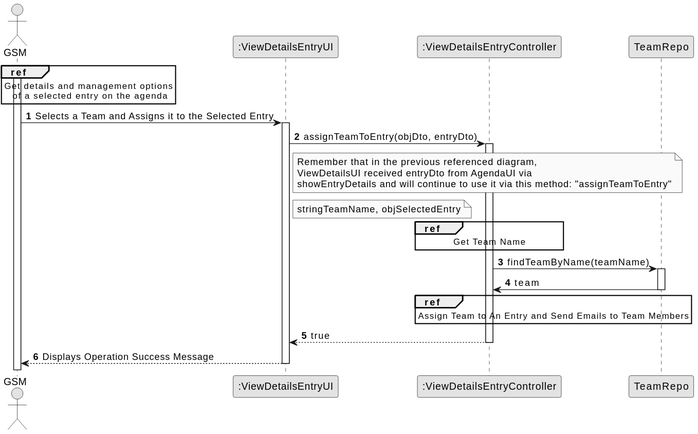
Above: docs/sprintC/us023/03.design/svg/us023-sequence-diagram-split.svg in francisc-o-liveira/lei-24-s2-1dp-g163 (PlantUML), before the change. Its diagram source:
```plantuml
@startuml
skinparam monochrome true
skinparam packageStyle rectangle
skinparam shadowing false

autonumber

actor "GSM" as GSM

participant ":ViewDetailsEntryUI" as UI2
participant ":ViewDetailsEntryController" as CTRL2


activate GSM


ref over GSM : Get details and management options\n of a selected entry on the agenda

GSM -> UI2 : Selects a Team and Assigns it to the Selected Entry
activate UI2


UI2 -> CTRL2 : assignTeamToEntry(objDto, entryDto)
activate CTRL2

note right of UI2
    Remember that in the previous referenced diagram,
    ViewDetailsUI received entryDto from AgendaUI via
    showEntryDetails and will continue to use it via this method: "assignTeamToEntry"
end note
note right of UI2
    stringTeamName, objSelectedEntry
end note


ref over CTRL2
Get Team Name
end ref


CTRL2 -> TeamRepo : findTeamByName(teamName)
activate TeamRepo

TeamRepo -> CTRL2  : team
deactivate TeamRepo

ref over CTRL2
Assign Team to An Entry and Send Emails to Team Members
end ref


CTRL2 --> UI2 : true
deactivate CTRL2

UI2 --> GSM : Displays Operation Success Message
deactivate UI2
@enduml
```
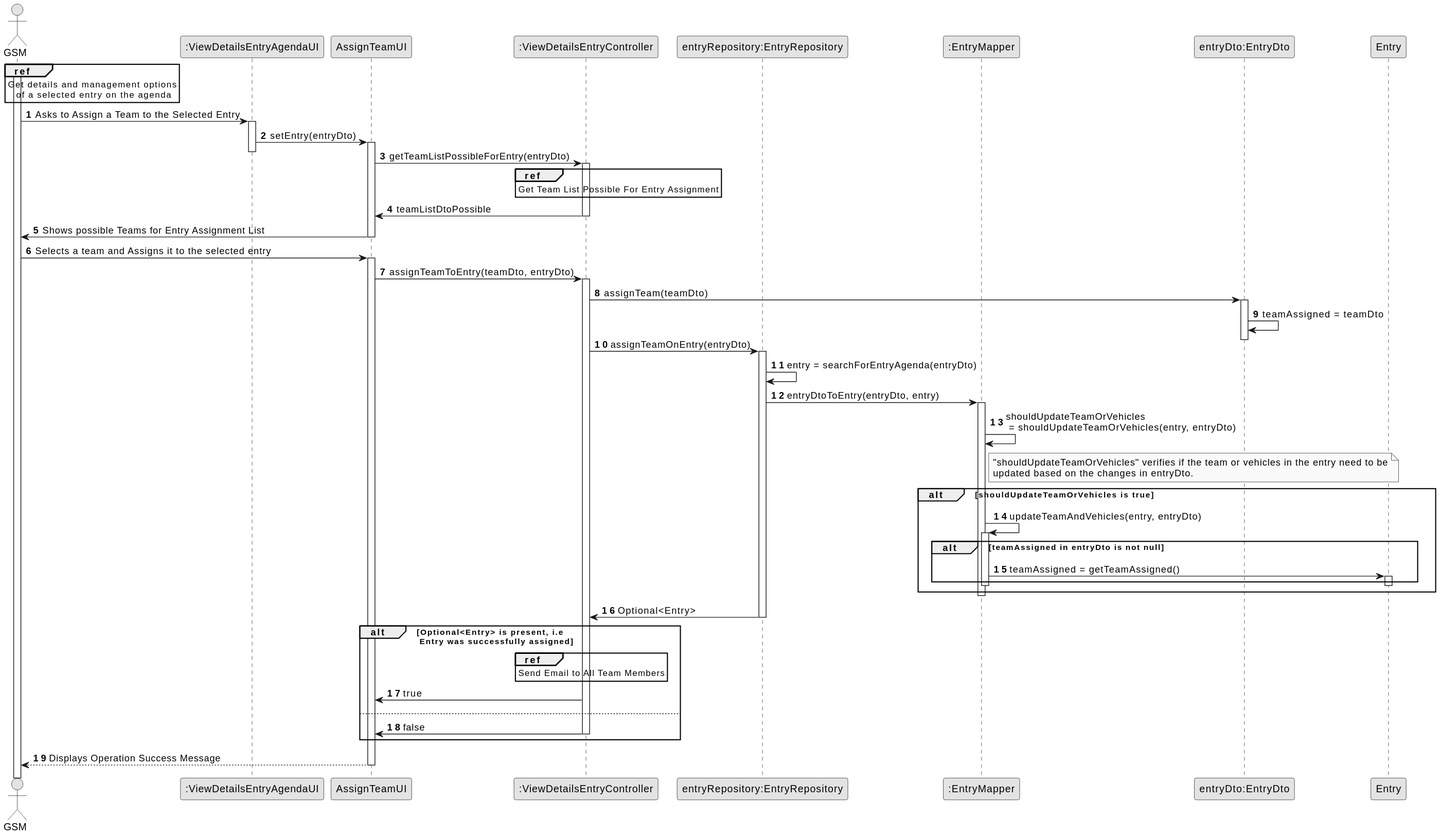
The same diagram one commit later.

Diff of the diagram source:
```diff
@@ -1,57 +1,108 @@
 @startuml
+!pragma teoz true
 skinparam monochrome true
 skinparam packageStyle rectangle
 skinparam shadowing false
 
 autonumber
 
-actor "GSM" as GSM
+actor "GSM" as Actor
 
-participant ":ViewDetailsEntryUI" as UI2
-participant ":ViewDetailsEntryController" as CTRL2
+participant ":ViewDetailsEntryAgendaUI" as UI
+participant "AssignTeamUI" as UI2
 
 
-activate GSM
+
+participant ":ViewDetailsEntryController" as CTRL2
+participant "entryRepository:EntryRepository" as EntryRepo
+participant ":EntryMapper" as EntryMapper
+
+participant "entryDto:EntryDto" as EntryDto
+activate Actor
+
+ref over Actor : Get details and management options\n of a selected entry on the agenda
 
 
-ref over GSM : Get details and management options\n of a selected entry on the agenda
+Actor -> UI : Asks to Assign a Team to the Selected Entry
+activate UI
 
-GSM -> UI2 : Selects a Team and Assigns it to the Selected Entry
+UI -> UI2 :setEntry(entryDto)
+activate UI2
+deactivate UI
+
+UI2 -> CTRL2 :getTeamListPossibleForEntry(entryDto)
+activate CTRL2
+
+    ref over CTRL2
+        Get Team List Possible For Entry Assignment
+    end ref
+
+CTRL2 -> UI2  : teamListDtoPossible
+deactivate CTRL2
+
+
+
+UI2 -> Actor : Shows possible Teams for Entry Assignment List
+deactivate UI2
+
+Actor -> UI2 : Selects a team and Assigns it to the selected entry
 activate UI2
 
-
-UI2 -> CTRL2 : assignTeamToEntry(objDto, entryDto)
+UI2 -> CTRL2 : assignTeamToEntry(teamDto, entryDto)
 activate CTRL2
 
-note right of UI2
-    Remember that in the previous referenced diagram,
-    ViewDetailsUI received entryDto from AgendaUI via
-    showEntryDetails and will continue to use it via this method: "assignTeamToEntry"
-end note
-note right of UI2
-    stringTeamName, objSelectedEntry
-end note
+CTRL2 -> EntryDto : assignTeam(teamDto)
+activate EntryDto
+EntryDto -> EntryDto : teamAssigned = teamDto
+||0||
+deactivate EntryDto
 
 
-ref over CTRL2
-Get Team Name
-end ref
+CTRL2 -> EntryRepo : assignTeamOnEntry(entryDto)
 
 
-CTRL2 -> TeamRepo : findTeamByName(teamName)
-activate TeamRepo
+activate EntryRepo
 
-TeamRepo -> CTRL2  : team
-deactivate TeamRepo
+EntryRepo -> EntryRepo : entry = searchForEntryAgenda(entryDto)
+EntryRepo -> EntryMapper : entryDtoToEntry(entryDto, entry)
+activate EntryMapper
+EntryMapper -> EntryMapper: shouldUpdateTeamOrVehicles\n = shouldUpdateTeamOrVehicles(entry, entryDto)
+note right of EntryMapper
+     "shouldUpdateTeamOrVehicles" verifies if the team or vehicles in the entry need to be
+     updated based on the changes in entryDto.
+end note
+alt shouldUpdateTeamOrVehicles is true
+    EntryMapper -> EntryMapper : updateTeamAndVehicles(entry, entryDto)
+    activate EntryMapper
 
-ref over CTRL2
-Assign Team to An Entry and Send Emails to Team Members
-end ref
+    alt teamAssigned in entryDto is not null
+        EntryMapper -> Entry : teamAssigned = getTeamAssigned()
+        activate Entry
+        deactivate Entry
+        deactivate EntryMapper
+    end
+
+    deactivate EntryMapper
+end
 
 
-CTRL2 --> UI2 : true
-deactivate CTRL2
 
-UI2 --> GSM : Displays Operation Success Message
+EntryRepo -> CTRL2 : Optional<Entry>
+deactivate EntryRepo
+
+alt Optional<Entry> is present, i.e\n Entry was successfully assigned
+   ref over CTRL2
+        Send Email to All Team Members
+    end ref
+
+    CTRL2 -> UI2 : true
+else
+    CTRL2 -> UI2 : false
+    deactivate CTRL2
+end
+
+
+
+UI2 --> Actor : Displays Operation Success Message
 deactivate UI2
 @enduml
```
